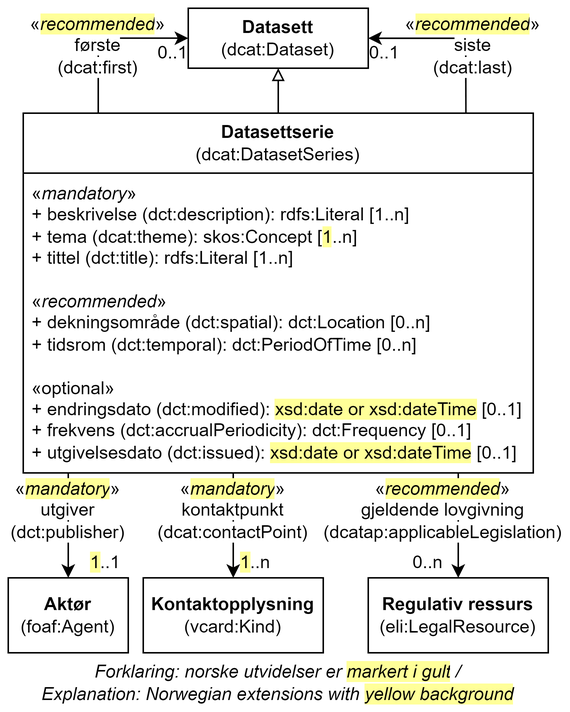
This is docs/images/Klassen-Datasettserie.png from Informasjonsforvaltning/dcat-ap-no, a draw.io export, as it was before one commit. Source tidied: cells renumbered, new cells last; positions are measured from the earlier drawing's top-left corner, leaving out a move shared by most shapes.
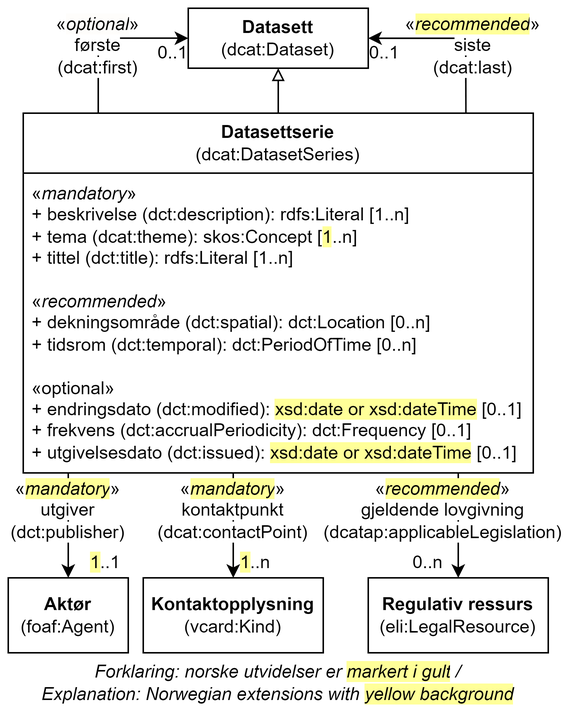
The same file after the commit.

Commit message:
Datasettserie -> første (dcat:first) valgfri

What changed in the source:
```diff
@@ -71,7 +71,7 @@
         </Array>
       </mxGeometry>
     </mxCell>
-    <mxCell id="20" value="&lt;span style=&quot;background-color: rgb(255, 255, 255); color: rgb(0, 0, 0); font-family: Helvetica; font-size: 12px; font-style: normal; font-variant-ligatures: normal; font-variant-caps: normal; font-weight: 400; letter-spacing: normal; orphans: 2; text-align: left; text-indent: 0px; text-transform: none; widows: 2; word-spacing: 0px; -webkit-text-stroke-width: 0px; white-space: normal; text-decoration-thickness: initial; text-decoration-style: initial; text-decoration-color: initial; float: none; display: inline !important;&quot;&gt;«&lt;/span&gt;&lt;i style=&quot;forced-color-adjust: none; color: rgb(0, 0, 0); font-family: Helvetica; font-size: 12px; font-variant-ligatures: normal; font-variant-caps: normal; font-weight: 400; letter-spacing: normal; orphans: 2; text-align: left; text-indent: 0px; text-transform: none; widows: 2; word-spacing: 0px; -webkit-text-stroke-width: 0px; white-space: normal; text-decoration-thickness: initial; text-decoration-style: initial; text-decoration-color: initial; background-color: rgb(255, 255, 153);&quot;&gt;recommended&lt;/i&gt;&lt;span style=&quot;background-color: rgb(255, 255, 255); color: rgb(0, 0, 0); font-family: Helvetica; font-size: 12px; font-style: normal; font-variant-ligatures: normal; font-variant-caps: normal; font-weight: 400; letter-spacing: normal; orphans: 2; text-align: left; text-indent: 0px; text-transform: none; widows: 2; word-spacing: 0px; -webkit-text-stroke-width: 0px; white-space: normal; text-decoration-thickness: initial; text-decoration-style: initial; text-decoration-color: initial; float: none; display: inline !important;&quot;&gt;»&lt;/span&gt;&lt;br&gt;&lt;span style=&quot;background-color: rgb(255, 255, 255); text-align: left;&quot;&gt;første&lt;/span&gt;&lt;div&gt;&lt;span style=&quot;text-align: left; background-color: rgb(255, 255, 255);&quot;&gt;(dcat:first)&lt;/span&gt;&lt;/div&gt;" style="text;html=1;align=center;verticalAlign=middle;whiteSpace=wrap;rounded=0;" parent="1" vertex="1">
+    <mxCell id="20" value="&lt;span style=&quot;background-color: rgb(255, 255, 255); color: rgb(0, 0, 0); font-family: Helvetica; font-size: 12px; font-style: normal; font-variant-ligatures: normal; font-variant-caps: normal; font-weight: 400; letter-spacing: normal; orphans: 2; text-align: left; text-indent: 0px; text-transform: none; widows: 2; word-spacing: 0px; -webkit-text-stroke-width: 0px; white-space: normal; text-decoration-thickness: initial; text-decoration-style: initial; text-decoration-color: initial; float: none; display: inline !important;&quot;&gt;«&lt;/span&gt;&lt;i style=&quot;forced-color-adjust: none; color: rgb(0, 0, 0); font-family: Helvetica; font-size: 12px; font-variant-ligatures: normal; font-variant-caps: normal; font-weight: 400; letter-spacing: normal; orphans: 2; text-align: left; text-indent: 0px; text-transform: none; widows: 2; word-spacing: 0px; -webkit-text-stroke-width: 0px; white-space: normal; text-decoration-thickness: initial; text-decoration-style: initial; text-decoration-color: initial; background-color: rgb(254, 253, 251);&quot;&gt;optional&lt;/i&gt;&lt;span style=&quot;background-color: rgb(255, 255, 255); color: rgb(0, 0, 0); font-family: Helvetica; font-size: 12px; font-style: normal; font-variant-ligatures: normal; font-variant-caps: normal; font-weight: 400; letter-spacing: normal; orphans: 2; text-align: left; text-indent: 0px; text-transform: none; widows: 2; word-spacing: 0px; -webkit-text-stroke-width: 0px; white-space: normal; text-decoration-thickness: initial; text-decoration-style: initial; text-decoration-color: initial; float: none; display: inline !important;&quot;&gt;»&lt;/span&gt;&lt;br&gt;&lt;span style=&quot;background-color: rgb(255, 255, 255); text-align: left;&quot;&gt;første&lt;/span&gt;&lt;div&gt;&lt;span style=&quot;text-align: left; background-color: rgb(255, 255, 255);&quot;&gt;(dcat:first)&lt;/span&gt;&lt;/div&gt;" style="text;html=1;align=center;verticalAlign=middle;whiteSpace=wrap;rounded=0;" parent="1" vertex="1">
       <mxGeometry x="30" y="10" width="60" height="30" as="geometry" />
     </mxCell>
     <mxCell id="21" value="&lt;span style=&quot;background-color: rgb(255, 255, 255); color: rgb(0, 0, 0); font-family: Helvetica; font-size: 12px; font-style: normal; font-variant-ligatures: normal; font-variant-caps: normal; font-weight: 400; letter-spacing: normal; orphans: 2; text-align: left; text-indent: 0px; text-transform: none; widows: 2; word-spacing: 0px; -webkit-text-stroke-width: 0px; white-space: normal; text-decoration-thickness: initial; text-decoration-style: initial; text-decoration-color: initial; float: none; display: inline !important;&quot;&gt;«&lt;/span&gt;&lt;i style=&quot;forced-color-adjust: none; color: rgb(0, 0, 0); font-family: Helvetica; font-size: 12px; font-variant-ligatures: normal; font-variant-caps: normal; font-weight: 400; letter-spacing: normal; orphans: 2; text-align: left; text-indent: 0px; text-transform: none; widows: 2; word-spacing: 0px; -webkit-text-stroke-width: 0px; white-space: normal; text-decoration-thickness: initial; text-decoration-style: initial; text-decoration-color: initial; background-color: rgb(255, 255, 153);&quot;&gt;recommended&lt;/i&gt;&lt;span style=&quot;background-color: rgb(255, 255, 255); color: rgb(0, 0, 0); font-family: Helvetica; font-size: 12px; font-style: normal; font-variant-ligatures: normal; font-variant-caps: normal; font-weight: 400; letter-spacing: normal; orphans: 2; text-align: left; text-indent: 0px; text-transform: none; widows: 2; word-spacing: 0px; -webkit-text-stroke-width: 0px; white-space: normal; text-decoration-thickness: initial; text-decoration-style: initial; text-decoration-color: initial; float: none; display: inline !important;&quot;&gt;»&lt;/span&gt;&lt;br&gt;&lt;span style=&quot;background-color: rgb(255, 255, 255); text-align: left;&quot;&gt;siste&lt;/span&gt;&lt;div&gt;&lt;span style=&quot;text-align: left; background-color: rgb(255, 255, 255);&quot;&gt;(dcat:last)&lt;/span&gt;&lt;/div&gt;" style="text;html=1;align=center;verticalAlign=middle;whiteSpace=wrap;rounded=0;" parent="1" vertex="1">
```
